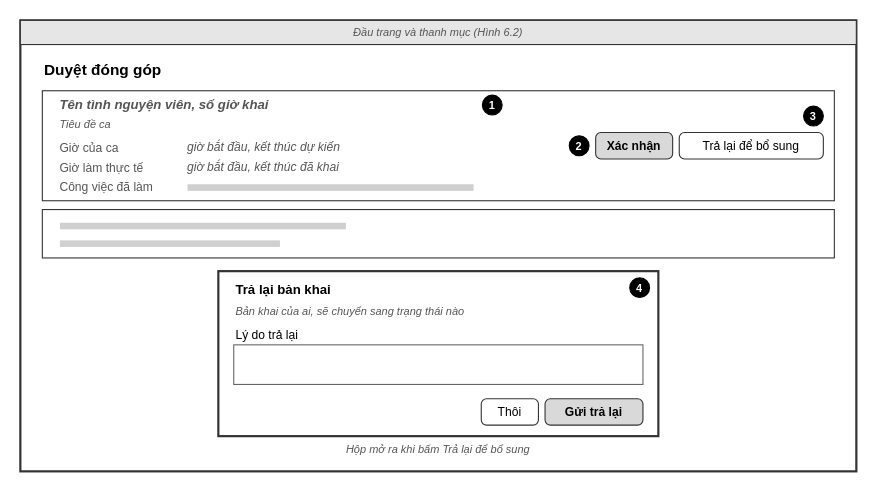
Earlier version of the draw.io diagram docs/giao_dien/drawio/M11_Duyet_dong_gop.drawio (kanishere55/OOSD_NenTangDieuPhoi_TNV). Source tidied: cells renumbered, new cells numbered last; positions are measured from the earlier drawing's top-left corner, leaving out a move shared by most shapes. Both pictures are drawn from the tidied source at 110%, with x=0, y=0 at pixel (20, 20).
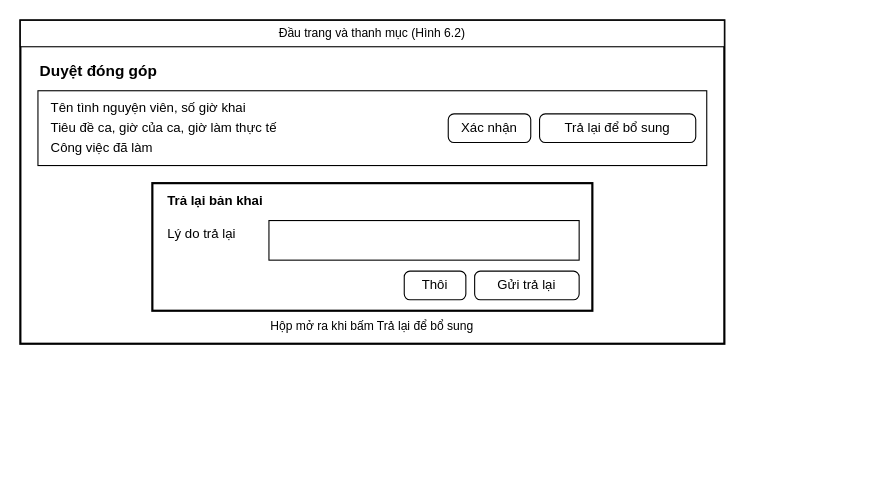
The same page after the edit.

Diff of the diagram source:
```diff
@@
-    <mxCell id="2" style="rounded=0;whiteSpace=wrap;html=1;fillColor=#ffffff;strokeColor=#333333;strokeWidth=2;" parent="1" vertex="1">
-      <mxGeometry width="760" height="410" as="geometry" />
+    <mxCell id="2" style="rounded=0;whiteSpace=wrap;html=1;fillColor=#ffffff;strokeColor=#000000;strokeWidth=2;" parent="1" vertex="1">
+      <mxGeometry width="640" height="294" as="geometry" />
     </mxCell>
-    <mxCell id="3" value="Đầu trang và thanh mục (Hình 6.2)" style="rounded=0;whiteSpace=wrap;html=1;fillColor=#e6e6e6;strokeColor=#333333;fontSize=10;fontStyle=2;fontColor=#555555;" parent="1" vertex="1">
-      <mxGeometry width="760" height="22" as="geometry" />
+    <mxCell id="3" value="Đầu trang và thanh mục (Hình 6.2)" style="rounded=0;whiteSpace=wrap;html=1;fillColor=#ffffff;strokeColor=#000000;fontColor=#000000;fontSize=11;align=center;" parent="1" vertex="1">
+      <mxGeometry width="640" height="24" as="geometry" />
     </mxCell>
-    <mxCell id="4" value="Duyệt đóng góp" style="text;html=1;strokeColor=none;fillColor=none;align=left;verticalAlign=middle;whiteSpace=wrap;rounded=0;fontSize=14;fontStyle=1;fontColor=#000000;" parent="1" vertex="1">
-      <mxGeometry x="20" y="34" width="400" height="22" as="geometry" />
+    <mxCell id="4" value="Duyệt đóng góp" style="text;html=1;strokeColor=none;fillColor=none;whiteSpace=wrap;verticalAlign=middle;fontColor=#000000;align=left;fontSize=14;fontStyle=1;" parent="1" vertex="1">
+      <mxGeometry x="16" y="34" width="400" height="24" as="geometry" />
     </mxCell>
-    <mxCell id="5" style="rounded=0;arcSize=8;whiteSpace=wrap;html=1;fillColor=#ffffff;strokeColor=#333333;" parent="1" vertex="1">
-      <mxGeometry x="20" y="64" width="720" height="100" as="geometry" />
+    <mxCell id="5" style="rounded=0;whiteSpace=wrap;html=1;fillColor=#ffffff;strokeColor=#000000;fontColor=#000000;fontSize=12;align=center;" parent="1" vertex="1">
+      <mxGeometry x="16" y="64" width="608" height="68" as="geometry" />
     </mxCell>
-    <mxCell id="6" value="Tên tình nguyện viên, số giờ khai" style="text;html=1;strokeColor=none;fillColor=none;align=left;verticalAlign=middle;whiteSpace=wrap;rounded=0;fontSize=12;fontStyle=3;fontColor=#555555;" parent="1" vertex="1">
-      <mxGeometry x="34" y="68" width="300" height="18" as="geometry" />
+    <mxCell id="6" value="Tên tình nguyện viên, số giờ khai" style="text;html=1;strokeColor=none;fillColor=none;whiteSpace=wrap;verticalAlign=middle;fontColor=#000000;align=left;fontSize=12;fontStyle=0;" parent="1" vertex="1">
+      <mxGeometry x="26" y="71" width="588" height="18" as="geometry" />
     </mxCell>
-    <mxCell id="7" value="Tiêu đề ca" style="text;html=1;strokeColor=none;fillColor=none;align=left;verticalAlign=middle;whiteSpace=wrap;rounded=0;fontSize=10;fontStyle=2;fontColor=#555555;" parent="1" vertex="1">
-      <mxGeometry x="34" y="86" width="300" height="16" as="geometry" />
+    <mxCell id="7" value="Tiêu đề ca, giờ của ca, giờ làm thực tế" style="text;html=1;strokeColor=none;fillColor=none;whiteSpace=wrap;verticalAlign=middle;fontColor=#000000;align=left;fontSize=12;fontStyle=0;" parent="1" vertex="1">
+      <mxGeometry x="26" y="89" width="588" height="18" as="geometry" />
     </mxCell>
-    <mxCell id="8" value="Giờ của ca" style="text;html=1;strokeColor=none;fillColor=none;align=left;verticalAlign=middle;whiteSpace=wrap;rounded=0;fontSize=11;fontStyle=0;fontColor=#555555;" parent="1" vertex="1">
-      <mxGeometry x="34" y="106" width="110" height="19" as="geometry" />
+    <mxCell id="8" value="Công việc đã làm" style="text;html=1;strokeColor=none;fillColor=none;whiteSpace=wrap;verticalAlign=middle;fontColor=#000000;align=left;fontSize=12;fontStyle=0;" parent="1" vertex="1">
+      <mxGeometry x="26" y="107" width="588" height="18" as="geometry" />
     </mxCell>
-    <mxCell id="9" value="giờ bắt đầu, kết thúc dự kiến" style="text;html=1;strokeColor=none;fillColor=none;align=left;verticalAlign=middle;whiteSpace=wrap;rounded=0;fontSize=11;fontStyle=2;fontColor=#555555;" parent="1" vertex="1">
-      <mxGeometry x="150" y="106" width="300" height="18" as="geometry" />
+    <mxCell id="9" value="Trả lại để bổ sung" style="rounded=1;arcSize=20;whiteSpace=wrap;html=1;fillColor=#ffffff;strokeColor=#000000;fontColor=#000000;fontSize=12;" parent="1" vertex="1">
+      <mxGeometry x="472" y="85" width="142" height="26" as="geometry" />
     </mxCell>
-    <mxCell id="10" value="Giờ làm thực tế" style="text;html=1;strokeColor=none;fillColor=none;align=left;verticalAlign=middle;whiteSpace=wrap;rounded=0;fontSize=11;fontStyle=0;fontColor=#555555;" parent="1" vertex="1">
-      <mxGeometry x="34" y="124" width="110" height="19" as="geometry" />
+    <mxCell id="10" value="Xác nhận" style="rounded=1;arcSize=20;whiteSpace=wrap;html=1;fillColor=#ffffff;strokeColor=#000000;fontColor=#000000;fontSize=12;" parent="1" vertex="1">
+      <mxGeometry x="389" y="85" width="75" height="26" as="geometry" />
     </mxCell>
-    <mxCell id="11" value="giờ bắt đầu, kết thúc đã khai" style="text;html=1;strokeColor=none;fillColor=none;align=left;verticalAlign=middle;whiteSpace=wrap;rounded=0;fontSize=11;fontStyle=2;fontColor=#555555;" parent="1" vertex="1">
-      <mxGeometry x="150" y="124" width="300" height="18" as="geometry" />
+    <mxCell id="11" style="rounded=0;whiteSpace=wrap;html=1;fillColor=#ffffff;strokeColor=#000000;fontColor=#000000;fontSize=12;align=center;strokeWidth=2;" parent="1" vertex="1">
+      <mxGeometry x="120" y="148" width="400" height="116" as="geometry" />
     </mxCell>
-    <mxCell id="12" value="Công việc đã làm" style="text;html=1;strokeColor=none;fillColor=none;align=left;verticalAlign=middle;whiteSpace=wrap;rounded=0;fontSize=11;fontStyle=0;fontColor=#555555;" parent="1" vertex="1">
-      <mxGeometry x="34" y="142" width="110" height="19" as="geometry" />
+    <mxCell id="12" value="Trả lại bản khai" style="text;html=1;strokeColor=none;fillColor=none;whiteSpace=wrap;verticalAlign=middle;fontColor=#000000;align=left;fontSize=12;fontStyle=1;" parent="1" vertex="1">
+      <mxGeometry x="132" y="154" width="300" height="20" as="geometry" />
     </mxCell>
-    <mxCell id="13" style="rounded=0;whiteSpace=wrap;html=1;fillColor=#d0d0d0;strokeColor=none;" parent="1" vertex="1">
-      <mxGeometry x="152" y="149" width="260" height="6" as="geometry" />
+    <mxCell id="13" value="Lý do trả lại" style="text;html=1;strokeColor=none;fillColor=none;whiteSpace=wrap;verticalAlign=middle;fontColor=#000000;align=left;fontSize=12;fontStyle=0;" parent="1" vertex="1">
+      <mxGeometry x="132" y="182" width="90" height="24" as="geometry" />
     </mxCell>
-    <mxCell id="14" value="1" style="ellipse;whiteSpace=wrap;html=1;fillColor=#000000;strokeColor=#000000;fontColor=#ffffff;fontSize=10;fontStyle=1;" parent="1" vertex="1">
-      <mxGeometry x="420" y="68" width="18" height="18" as="geometry" />
+    <mxCell id="14" style="rounded=0;whiteSpace=wrap;html=1;fillColor=#ffffff;strokeColor=#000000;fontColor=#000000;fontSize=12;align=center;" parent="1" vertex="1">
+      <mxGeometry x="226" y="182" width="282" height="36" as="geometry" />
     </mxCell>
-    <mxCell id="15" value="Trả lại để bổ sung" style="rounded=1;arcSize=20;whiteSpace=wrap;html=1;fontSize=11;strokeColor=#333333;fillColor=#ffffff;" parent="1" vertex="1">
-      <mxGeometry x="599" y="102" width="131" height="24" as="geometry" />
+    <mxCell id="15" value="Gửi trả lại" style="rounded=1;arcSize=20;whiteSpace=wrap;html=1;fillColor=#ffffff;strokeColor=#000000;fontColor=#000000;fontSize=12;" parent="1" vertex="1">
+      <mxGeometry x="413" y="228" width="95" height="26" as="geometry" />
     </mxCell>
-    <mxCell id="16" value="Xác nhận" style="rounded=1;arcSize=20;whiteSpace=wrap;html=1;fontSize=11;strokeColor=#333333;fillColor=#d9d9d9;fontStyle=1;" parent="1" vertex="1">
-      <mxGeometry x="523" y="102" width="70" height="24" as="geometry" />
+    <mxCell id="16" value="Thôi" style="rounded=1;arcSize=20;whiteSpace=wrap;html=1;fillColor=#ffffff;strokeColor=#000000;fontColor=#000000;fontSize=12;" parent="1" vertex="1">
+      <mxGeometry x="349" y="228" width="56" height="26" as="geometry" />
     </mxCell>
-    <mxCell id="17" value="2" style="ellipse;whiteSpace=wrap;html=1;fillColor=#000000;strokeColor=#000000;fontColor=#ffffff;fontSize=10;fontStyle=1;" parent="1" vertex="1">
-      <mxGeometry x="499" y="105" width="18" height="18" as="geometry" />
+    <mxCell id="17" value="Hộp mở ra khi bấm Trả lại để bổ sung" style="text;html=1;strokeColor=none;fillColor=none;whiteSpace=wrap;verticalAlign=middle;fontColor=#000000;align=center;fontSize=11;fontStyle=0;" parent="1" vertex="1">
+      <mxGeometry x="120" y="268" width="400" height="20" as="geometry" />
     </mxCell>
-    <mxCell id="18" value="3" style="ellipse;whiteSpace=wrap;html=1;fillColor=#000000;strokeColor=#000000;fontColor=#ffffff;fontSize=10;fontStyle=1;" parent="1" vertex="1">
-      <mxGeometry x="712" y="78" width="18" height="18" as="geometry" />
-    </mxCell>
-    <mxCell id="19" style="rounded=0;arcSize=8;whiteSpace=wrap;html=1;fillColor=#ffffff;strokeColor=#333333;" parent="1" vertex="1">
-      <mxGeometry x="20" y="172" width="720" height="44" as="geometry" />
-    </mxCell>
-    <mxCell id="20" style="rounded=0;whiteSpace=wrap;html=1;fillColor=#d0d0d0;strokeColor=none;" parent="1" vertex="1">
-      <mxGeometry x="36" y="184" width="260" height="6" as="geometry" />
-    </mxCell>
-    <mxCell id="21" style="rounded=0;whiteSpace=wrap;html=1;fillColor=#d0d0d0;strokeColor=none;" parent="1" vertex="1">
-      <mxGeometry x="36" y="200" width="200" height="6" as="geometry" />
-    </mxCell>
-    <mxCell id="22" style="rounded=0;arcSize=8;whiteSpace=wrap;html=1;fillColor=#ffffff;strokeColor=#333333;strokeWidth=2;" parent="1" vertex="1">
-      <mxGeometry x="180" y="228" width="400" height="150" as="geometry" />
-    </mxCell>
-    <mxCell id="23" value="Trả lại bản khai" style="text;html=1;strokeColor=none;fillColor=none;align=left;verticalAlign=middle;whiteSpace=wrap;rounded=0;fontSize=12;fontStyle=1;fontColor=#000000;" parent="1" vertex="1">
-      <mxGeometry x="194" y="234" width="300" height="21" as="geometry" />
-    </mxCell>
-    <mxCell id="24" value="4" style="ellipse;whiteSpace=wrap;html=1;fillColor=#000000;strokeColor=#000000;fontColor=#ffffff;fontSize=10;fontStyle=1;" parent="1" vertex="1">
-      <mxGeometry x="554" y="234" width="18" height="18" as="geometry" />
-    </mxCell>
-    <mxCell id="25" value="Bản khai của ai, sẽ chuyển sang trạng thái nào" style="text;html=1;strokeColor=none;fillColor=none;align=left;verticalAlign=middle;whiteSpace=wrap;rounded=0;fontSize=10;fontStyle=2;fontColor=#555555;" parent="1" vertex="1">
-      <mxGeometry x="194" y="256" width="370" height="16" as="geometry" />
-    </mxCell>
-    <mxCell id="26" value="Lý do trả lại" style="text;html=1;strokeColor=none;fillColor=none;align=left;verticalAlign=middle;whiteSpace=wrap;rounded=0;fontSize=11;fontStyle=0;fontColor=#000000;" parent="1" vertex="1">
-      <mxGeometry x="194" y="278" width="372" height="16" as="geometry" />
-    </mxCell>
-    <mxCell id="27" style="rounded=0;whiteSpace=wrap;html=1;align=left;spacingLeft=6;fontSize=10;fontStyle=2;fontColor=#777777;fillColor=#ffffff;strokeColor=#666666;verticalAlign=top;spacingTop=4;" parent="1" vertex="1">
-      <mxGeometry x="194" y="295" width="372" height="36" as="geometry" />
-    </mxCell>
-    <mxCell id="28" value="Gửi trả lại" style="rounded=1;arcSize=20;whiteSpace=wrap;html=1;fontSize=11;strokeColor=#333333;fillColor=#d9d9d9;fontStyle=1;" parent="1" vertex="1">
-      <mxGeometry x="477" y="344" width="89" height="24" as="geometry" />
-    </mxCell>
-    <mxCell id="29" value="Thôi" style="rounded=1;arcSize=20;whiteSpace=wrap;html=1;fontSize=11;strokeColor=#333333;fillColor=#ffffff;" parent="1" vertex="1">
-      <mxGeometry x="419" y="344" width="52" height="24" as="geometry" />
-    </mxCell>
-    <mxCell id="30" value="Hộp mở ra khi bấm Trả lại để bổ sung" style="text;html=1;strokeColor=none;fillColor=none;align=center;verticalAlign=middle;whiteSpace=wrap;rounded=0;fontSize=10;fontStyle=2;fontColor=#555555;" parent="1" vertex="1">
-      <mxGeometry x="180" y="382" width="400" height="16" as="geometry" />
-    </mxCell>
```
